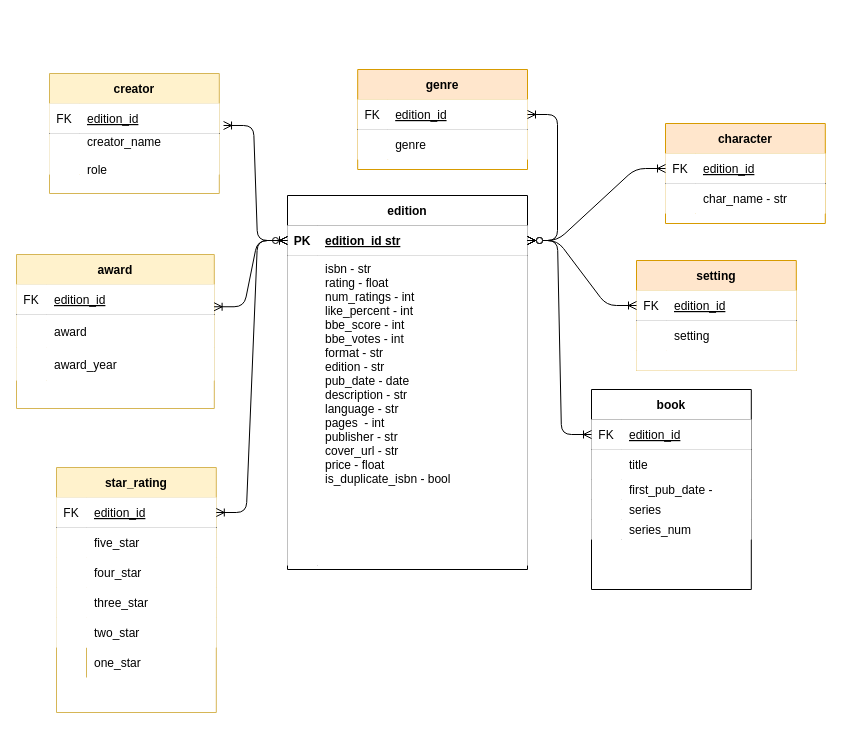
Above: artifacts/books_db.drawio in codeslp/books_db (draw.io), before the change. Source tidied: cells renumbered, new cells numbered last; positions are measured from the earlier drawing's top-left corner, leaving out a move shared by most shapes. Both pictures are drawn from the tidied source at 100%, with x=0, y=0 at pixel (16, 69).
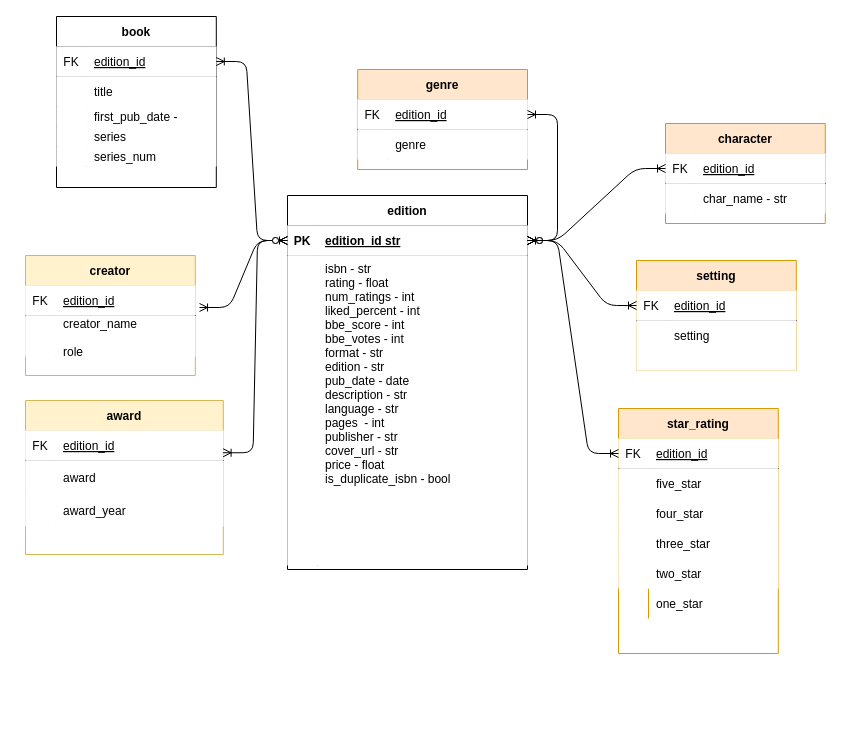
After the change.

The change refers to these unchanged cells:
```xml
<mxCell id="4" style="shape=partialRectangle;points=[[0,0.5],[1,0.5]];portConstraint=eastwest;top=0;left=0;right=0;bottom=1;" parent="3" vertex="1">
  <mxGeometry y="30" width="240" height="30" as="geometry" />
</mxCell>
<mxCell id="7" style="shape=partialRectangle;top=0;left=0;right=0;bottom=0;" parent="3" vertex="1">
  <mxGeometry y="60" width="240" height="310" as="geometry" />
</mxCell>
<mxCell id="57" style="shape=partialRectangle;points=[[0,0.5],[1,0.5]];portConstraint=eastwest;top=0;left=0;right=0;bottom=1;" parent="56" vertex="1">
  <mxGeometry y="30" width="159.8" height="30" as="geometry" />
</mxCell>
<mxCell id="77" style="shape=partialRectangle;points=[[0,0.5],[1,0.5]];portConstraint=eastwest;top=0;left=0;right=0;bottom=1;" parent="76" vertex="1">
  <mxGeometry y="30" width="159.8" height="30" as="geometry" />
</mxCell>
```

The edit, as a diff of the source:
```diff
@@
-    <mxCell id="9" value="isbn - str&#10;rating - float&#10;num_ratings - int&#10;like_percent - int&#10;bbe_score - int&#10;bbe_votes - int&#10;format - str&#10;edition - str&#10;pub_date - date&#10;description - str&#10;language - str&#10;pages  - int&#10;publisher - str&#10;cover_url - str&#10;price - float&#10;is_duplicate_isbn - bool" style="shape=partialRectangle;overflow=hidden;top=0;left=0;bottom=0;right=0;align=left;spacingLeft=6;verticalAlign=top;" parent="7" vertex="1">
+    <mxCell id="9" value="isbn - str&#10;rating - float&#10;num_ratings - int&#10;liked_percent - int&#10;bbe_score - int&#10;bbe_votes - int&#10;format - str&#10;edition - str&#10;pub_date - date&#10;description - str&#10;language - str&#10;pages  - int&#10;publisher - str&#10;cover_url - str&#10;price - float&#10;is_duplicate_isbn - bool" style="shape=partialRectangle;overflow=hidden;top=0;left=0;bottom=0;right=0;align=left;spacingLeft=6;verticalAlign=top;" parent="7" vertex="1">
       <mxGeometry x="30" width="210" height="310" as="geometry" />
     </mxCell>
     <mxCell id="10" value="creator" style="shape=table;startSize=30;childLayout=tableLayout;rowLines=0;fontStyle=1;align=center;fillColor=#fff2cc;strokeColor=#d6b656;" parent="1" vertex="1">
-      <mxGeometry x="33" y="4" width="169.8" height="120" as="geometry" />
+      <mxGeometry x="9" y="186" width="169.8" height="120" as="geometry" />
     </mxCell>
@@
     <mxCell id="31" style="group;" parent="1" vertex="1">
-      <mxGeometry y="185" width="197.8" height="184" as="geometry" />
+      <mxGeometry x="9" y="331" width="197.8" height="184" as="geometry" />
     </mxCell>
@@
-    <mxCell id="56" value="star_rating" style="shape=table;startSize=30;childLayout=tableLayout;rowLines=0;fontStyle=1;align=center;fillColor=#fff2cc;strokeColor=#d6b656;" parent="1" vertex="1">
-      <mxGeometry x="40" y="398" width="159.8" height="245" as="geometry" />
+    <mxCell id="56" value="star_rating" style="shape=table;startSize=30;childLayout=tableLayout;rowLines=0;fontStyle=1;align=center;fillColor=#ffe6cc;strokeColor=#d79b00;" parent="1" vertex="1">
+      <mxGeometry x="602" y="339" width="159.8" height="245" as="geometry" />
     </mxCell>
@@
-    <mxCell id="75" style="edgeStyle=entityRelationEdgeStyle;endArrow=ERoneToMany;startArrow=ERoneToMany;endFill=0;startFill=0;entryX=1;entryY=0.5;entryDx=0;entryDy=0;exitX=0;exitY=0.5;exitDx=0;exitDy=0;" parent="1" edge="1" source="4" target="57">
+    <mxCell id="75" style="edgeStyle=entityRelationEdgeStyle;endArrow=ERoneToMany;startArrow=ERoneToMany;endFill=0;startFill=0;entryX=0;entryY=0.5;entryDx=0;entryDy=0;exitX=1;exitY=0.5;exitDx=0;exitDy=0;" parent="1" edge="1" source="4" target="57">
       <mxGeometry relative="1" as="geometry" />
     </mxCell>
     <mxCell id="76" value="book" style="shape=table;startSize=30;childLayout=tableLayout;rowLines=0;fontStyle=1;align=center;" parent="1" vertex="1">
-      <mxGeometry x="575" y="320" width="159.8" height="200" as="geometry" />
+      <mxGeometry x="40" y="-53" width="159.8" height="171" as="geometry" />
     </mxCell>
@@
-    <mxCell id="92" style="edgeStyle=entityRelationEdgeStyle;endArrow=ERzeroToMany;startArrow=ERoneToMany;endFill=1;startFill=0;entryX=1;entryY=0.5;entryDx=0;entryDy=0;exitX=0;exitY=0.5;exitDx=0;exitDy=0;" parent="1" edge="1" source="77" target="4">
+    <mxCell id="92" style="edgeStyle=entityRelationEdgeStyle;endArrow=ERzeroToMany;startArrow=ERoneToMany;endFill=1;startFill=0;entryX=0;entryY=0.5;entryDx=0;entryDy=0;" parent="1" edge="1" source="77" target="4">
       <mxGeometry relative="1" as="geometry" />
     </mxCell>
```
